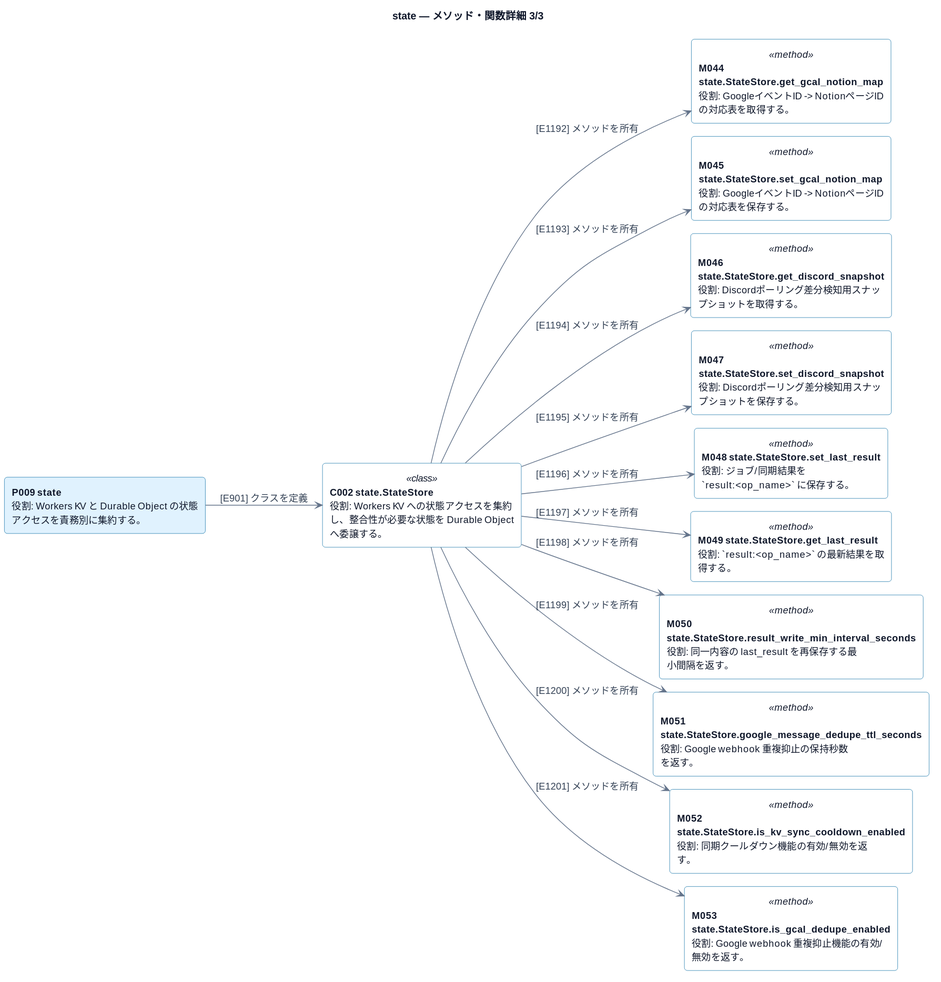
Above: docs/architecture/plantuml/rendered/methods/state-03.svg in ichipiro/IE_Event_Bot (PlantUML), before the change. The source it was exported from:
```plantuml
@startuml
!include ../_shared/style.puml
title state — メソッド・関数詳細 3/3
!pragma layout smetana
left to right direction
component "<b>P009 state</b>\n役割: Workers KV と Durable Object の状態アクセスを責務別に集約する。" as P009
component "<b>C002 state.StateStore</b>\n役割: Workers KV への状態アクセスを集約し、整合性が必要な状態を Durable Object へ委譲する。" as C002 <<class>>
P009 -[#64748B]-> C002 : [E901] クラスを定義
rectangle "<b>M044 state.StateStore.get_gcal_notion_map</b>\n役割: GoogleイベントID -> NotionページID の対応表を取得する。" as M044 <<method>>
C002 -[#64748B]-> M044 : [E1192] メソッドを所有
rectangle "<b>M045 state.StateStore.set_gcal_notion_map</b>\n役割: GoogleイベントID -> NotionページID の対応表を保存する。" as M045 <<method>>
C002 -[#64748B]-> M045 : [E1193] メソッドを所有
rectangle "<b>M046 state.StateStore.get_discord_snapshot</b>\n役割: Discordポーリング差分検知用スナップショットを取得する。" as M046 <<method>>
C002 -[#64748B]-> M046 : [E1194] メソッドを所有
rectangle "<b>M047 state.StateStore.set_discord_snapshot</b>\n役割: Discordポーリング差分検知用スナップショットを保存する。" as M047 <<method>>
C002 -[#64748B]-> M047 : [E1195] メソッドを所有
rectangle "<b>M048 state.StateStore.set_last_result</b>\n役割: ジョブ/同期結果を `result:<op_name>` に保存する。" as M048 <<method>>
C002 -[#64748B]-> M048 : [E1196] メソッドを所有
rectangle "<b>M049 state.StateStore.get_last_result</b>\n役割: `result:<op_name>` の最新結果を取得する。" as M049 <<method>>
C002 -[#64748B]-> M049 : [E1197] メソッドを所有
rectangle "<b>M050 state.StateStore.result_write_min_interval_seconds</b>\n役割: 同一内容の last_result を再保存する最小間隔を返す。" as M050 <<method>>
C002 -[#64748B]-> M050 : [E1198] メソッドを所有
rectangle "<b>M051 state.StateStore.google_message_dedupe_ttl_seconds</b>\n役割: Google webhook 重複抑止の保持秒数を返す。" as M051 <<method>>
C002 -[#64748B]-> M051 : [E1199] メソッドを所有
rectangle "<b>M052 state.StateStore.is_kv_sync_cooldown_enabled</b>\n役割: 同期クールダウン機能の有効/無効を返す。" as M052 <<method>>
C002 -[#64748B]-> M052 : [E1200] メソッドを所有
rectangle "<b>M053 state.StateStore.is_gcal_dedupe_enabled</b>\n役割: Google webhook 重複抑止機能の有効/無効を返す。" as M053 <<method>>
C002 -[#64748B]-> M053 : [E1201] メソッドを所有
@enduml
```
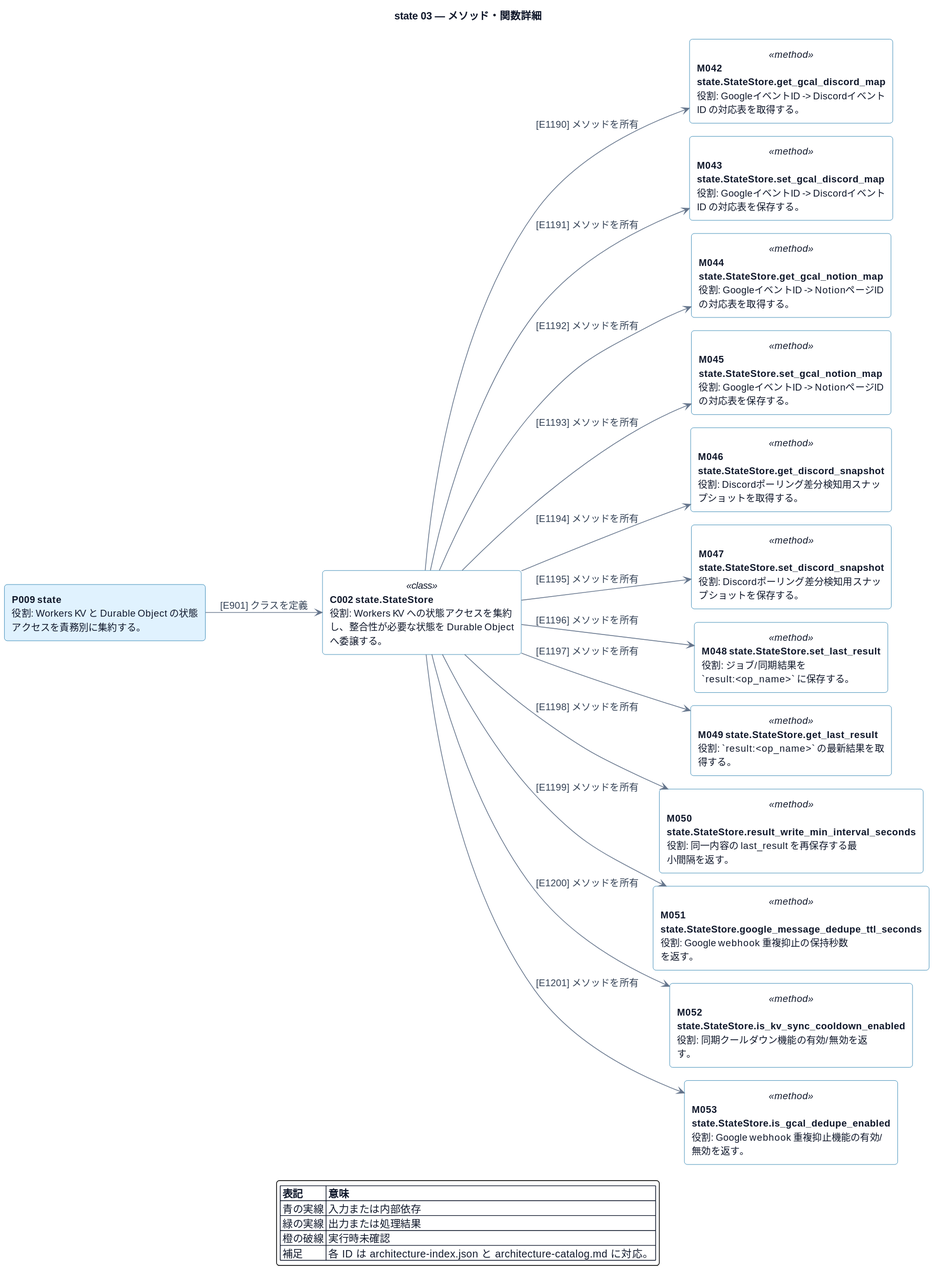
The same diagram one commit later.

The edit, as a diff of the source:
```diff
@@ -1,11 +1,15 @@
 @startuml
 !include ../_shared/style.puml
-title state — メソッド・関数詳細 3/3
+title state 03 — メソッド・関数詳細
 !pragma layout smetana
 left to right direction
 component "<b>P009 state</b>\n役割: Workers KV と Durable Object の状態アクセスを責務別に集約する。" as P009
 component "<b>C002 state.StateStore</b>\n役割: Workers KV への状態アクセスを集約し、整合性が必要な状態を Durable Object へ委譲する。" as C002 <<class>>
 P009 -[#64748B]-> C002 : [E901] クラスを定義
+rectangle "<b>M042 state.StateStore.get_gcal_discord_map</b>\n役割: GoogleイベントID -> DiscordイベントID の対応表を取得する。" as M042 <<method>>
+C002 -[#64748B]-> M042 : [E1190] メソッドを所有
+rectangle "<b>M043 state.StateStore.set_gcal_discord_map</b>\n役割: GoogleイベントID -> DiscordイベントID の対応表を保存する。" as M043 <<method>>
+C002 -[#64748B]-> M043 : [E1191] メソッドを所有
 rectangle "<b>M044 state.StateStore.get_gcal_notion_map</b>\n役割: GoogleイベントID -> NotionページID の対応表を取得する。" as M044 <<method>>
 C002 -[#64748B]-> M044 : [E1192] メソッドを所有
 rectangle "<b>M045 state.StateStore.set_gcal_notion_map</b>\n役割: GoogleイベントID -> NotionページID の対応表を保存する。" as M045 <<method>>
@@ -26,4 +30,11 @@
 C002 -[#64748B]-> M052 : [E1200] メソッドを所有
 rectangle "<b>M053 state.StateStore.is_gcal_dedupe_enabled</b>\n役割: Google webhook 重複抑止機能の有効/無効を返す。" as M053 <<method>>
 C002 -[#64748B]-> M053 : [E1201] メソッドを所有
+legend bottom
+  |= 表記 |= 意味 |
+  | 青の実線 | 入力または内部依存 |
+  | 緑の実線 | 出力または処理結果 |
+  | 橙の破線 | 実行時未確認 |
+  | 補足 | 各 ID は architecture-index.json と architecture-catalog.md に対応。 |
+endlegend
 @enduml
```
